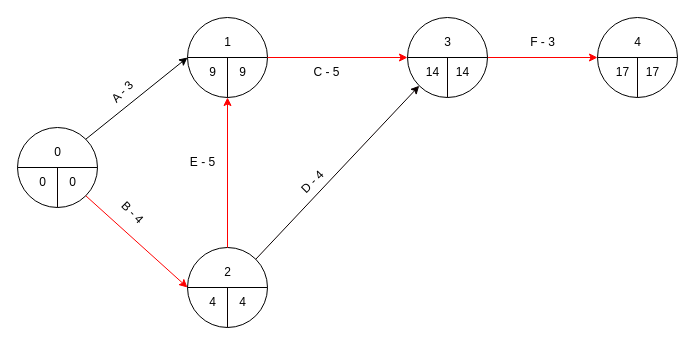
Earlier version of the draw.io diagram page "Página-2" (2 of 3) of Diagrama PERT.drawio (rreynarive/Templates). Source tidied: cells renumbered, new cells numbered last; positions are measured from the earlier drawing's top-left corner, leaving out a move shared by most shapes. Both pictures are drawn from the tidied source at 100%, with x=0, y=0 at pixel (17, 17).
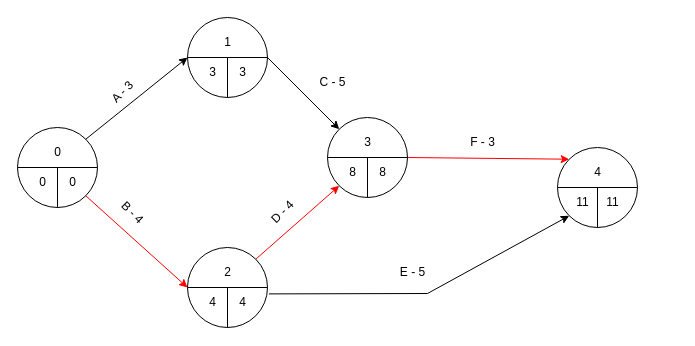
The same diagram, later.

Unchanged cells that the change refers to:
```xml
<mxCell id="11" style="group;fontFamily=Helvetica;fontSize=12;fontColor=default;fillColor=none;gradientColor=none;" parent="1" vertex="1">
  <mxGeometry x="170" width="80" height="80" as="geometry" />
</mxCell>
<mxCell id="12" style="shape=lineEllipse;perimeter=ellipsePerimeter;whiteSpace=wrap;html=1;backgroundOutline=1;fontFamily=Helvetica;fontSize=12;fontColor=default;fillColor=none;gradientColor=none;" parent="11" vertex="1">
  <mxGeometry width="80" height="80" as="geometry" />
</mxCell>
<mxCell id="17" style="group;fontFamily=Helvetica;fontSize=12;fontColor=default;fillColor=none;gradientColor=none;" parent="1" vertex="1">
  <mxGeometry x="170" y="230" width="80" height="80" as="geometry" />
</mxCell>
<mxCell id="18" style="shape=lineEllipse;perimeter=ellipsePerimeter;whiteSpace=wrap;html=1;backgroundOutline=1;fontFamily=Helvetica;fontSize=12;fontColor=default;fillColor=none;gradientColor=none;" parent="17" vertex="1">
  <mxGeometry width="80" height="80" as="geometry" />
</mxCell>
<mxCell id="32" style="shape=lineEllipse;perimeter=ellipsePerimeter;whiteSpace=wrap;html=1;backgroundOutline=1;fontFamily=Helvetica;fontSize=12;fontColor=default;fillColor=none;gradientColor=none;" parent="31" vertex="1">
  <mxGeometry width="80" height="80" as="geometry" />
</mxCell>
<mxCell id="38" style="shape=lineEllipse;perimeter=ellipsePerimeter;whiteSpace=wrap;html=1;backgroundOutline=1;fontFamily=Helvetica;fontSize=12;fontColor=default;fillColor=none;gradientColor=none;" parent="37" vertex="1">
  <mxGeometry width="80" height="80" as="geometry" />
</mxCell>
```

Diff of the diagram source:
```diff
@@
-    <mxCell id="14" value="9" style="text;html=1;align=center;verticalAlign=middle;strokeColor=none;fillColor=none;fontFamily=Helvetica;fontSize=12;fontColor=default;" parent="11" vertex="1">
+    <mxCell id="14" value="3" style="text;html=1;align=center;verticalAlign=middle;strokeColor=none;fillColor=none;fontFamily=Helvetica;fontSize=12;fontColor=default;" parent="11" vertex="1">
       <mxGeometry x="10" y="40" width="30" height="30" as="geometry" />
     </mxCell>
-    <mxCell id="15" value="9" style="text;html=1;align=center;verticalAlign=middle;strokeColor=none;fillColor=none;fontFamily=Helvetica;fontSize=12;fontColor=default;" parent="11" vertex="1">
-      <mxGeometry x="40" y="40" width="30" height="30" as="geometry" />
-    </mxCell>
@@
+    <mxCell id="43" value="3" style="text;html=1;align=center;verticalAlign=middle;strokeColor=none;fillColor=none;fontSize=12;fontFamily=Helvetica;fontColor=default;" parent="11" vertex="1">
+      <mxGeometry x="40" y="40" width="30" height="30" as="geometry" />
+    </mxCell>
@@
+    <mxCell id="22" value="2" style="text;html=1;align=center;verticalAlign=middle;strokeColor=none;fillColor=none;fontFamily=Helvetica;fontSize=12;fontColor=default;" parent="17" vertex="1">
+      <mxGeometry x="25" y="10" width="30" height="30" as="geometry" />
+    </mxCell>
-    <mxCell id="21" value="4" style="text;html=1;align=center;verticalAlign=middle;strokeColor=none;fillColor=none;fontFamily=Helvetica;fontSize=12;fontColor=default;" parent="17" vertex="1">
+    <mxCell id="21" value="4" style="text;html=1;align=center;verticalAlign=middle;strokeColor=none;fillColor=none;fontSize=12;fontFamily=Helvetica;fontColor=default;" parent="17" vertex="1">
       <mxGeometry x="40" y="40" width="30" height="30" as="geometry" />
     </mxCell>
-    <mxCell id="22" value="2" style="text;html=1;align=center;verticalAlign=middle;strokeColor=none;fillColor=none;fontFamily=Helvetica;fontSize=12;fontColor=default;" parent="17" vertex="1">
-      <mxGeometry x="25" y="10" width="30" height="30" as="geometry" />
-    </mxCell>
-    <mxCell id="23" style="endArrow=classic;html=1;rounded=0;strokeColor=#FF0000;fontFamily=Helvetica;fontSize=12;fontColor=default;exitX=1;exitY=0.5;exitDx=0;exitDy=0;entryX=0;entryY=0.5;entryDx=0;entryDy=0;" parent="1" edge="1" source="12" target="32">
+    <mxCell id="23" style="endArrow=classic;html=1;rounded=0;strokeColor=#030000;fontFamily=Helvetica;fontSize=12;fontColor=default;exitX=1;exitY=0.5;exitDx=0;exitDy=0;entryX=0;entryY=0;entryDx=0;entryDy=0;" parent="1" edge="1" source="12" target="32">
       <mxGeometry relative="1" as="geometry" />
     </mxCell>
     <mxCell id="24" value="C - 5" style="text;html=1;align=center;verticalAlign=middle;strokeColor=none;fillColor=none;fontSize=12;fontFamily=Helvetica;fontColor=default;rotation=0;" parent="1" vertex="1">
-      <mxGeometry x="284" y="40" width="50" height="30" as="geometry" />
+      <mxGeometry x="290" y="50" width="50" height="30" as="geometry" />
     </mxCell>
     <mxCell id="25" value="F - 3" style="text;html=1;align=center;verticalAlign=middle;strokeColor=none;fillColor=none;fontSize=12;fontFamily=Helvetica;fontColor=default;" parent="1" vertex="1">
-      <mxGeometry x="500" y="10" width="50" height="30" as="geometry" />
+      <mxGeometry x="440" y="110" width="50" height="30" as="geometry" />
     </mxCell>
-    <mxCell id="26" style="endArrow=classic;html=1;rounded=0;strokeColor=#FF0000;fontFamily=Helvetica;fontSize=12;fontColor=default;exitX=1;exitY=0.5;exitDx=0;exitDy=0;entryX=0;entryY=0.5;entryDx=0;entryDy=0;" parent="1" edge="1" source="32" target="38">
+    <mxCell id="26" style="endArrow=classic;html=1;rounded=0;strokeColor=#FF0000;fontFamily=Helvetica;fontSize=12;fontColor=default;exitX=1;exitY=0.5;exitDx=0;exitDy=0;entryX=0;entryY=0;entryDx=0;entryDy=0;" parent="1" edge="1" source="32" target="38">
       <mxGeometry relative="1" as="geometry" />
     </mxCell>
-    <mxCell id="27" style="endArrow=classic;html=1;rounded=0;strokeColor=#0A0000;fontFamily=Helvetica;fontSize=12;fontColor=default;exitX=1;exitY=0;exitDx=0;exitDy=0;entryX=0;entryY=1;entryDx=0;entryDy=0;" parent="1" edge="1" source="18" target="32">
+    <mxCell id="27" style="endArrow=classic;html=1;rounded=0;strokeColor=#FF0000;fontFamily=Helvetica;fontSize=12;fontColor=default;exitX=1;exitY=0;exitDx=0;exitDy=0;entryX=0;entryY=1;entryDx=0;entryDy=0;" parent="1" edge="1" source="18" target="32">
       <mxGeometry relative="1" as="geometry" />
     </mxCell>
     <mxCell id="28" value="E - 5" style="text;html=1;align=center;verticalAlign=middle;strokeColor=none;fillColor=none;fontSize=12;fontFamily=Helvetica;fontColor=default;rotation=0;" parent="1" vertex="1">
-      <mxGeometry x="160" y="130" width="50" height="30" as="geometry" />
+      <mxGeometry x="370" y="240" width="50" height="30" as="geometry" />
     </mxCell>
-    <mxCell id="29" style="endArrow=classic;html=1;rounded=0;strokeColor=#FF0000;fontFamily=Helvetica;fontSize=12;fontColor=default;exitX=0.5;exitY=0;exitDx=0;exitDy=0;entryX=0.5;entryY=1;entryDx=0;entryDy=0;" parent="1" edge="1" source="18" target="12">
-      <mxGeometry relative="1" as="geometry" />
-    </mxCell>
     <mxCell id="30" value="D - 4" style="text;html=1;align=center;verticalAlign=middle;strokeColor=none;fillColor=none;fontSize=12;fontFamily=Helvetica;fontColor=default;rotation=-45;" parent="1" vertex="1">
-      <mxGeometry x="270" y="150" width="50" height="30" as="geometry" />
+      <mxGeometry x="240" y="180" width="50" height="30" as="geometry" />
     </mxCell>
     <mxCell id="31" style="group;fontFamily=Helvetica;fontSize=12;fontColor=default;fillColor=none;gradientColor=none;" parent="1" vertex="1">
-      <mxGeometry x="390" width="80" height="80" as="geometry" />
+      <mxGeometry x="310" y="100" width="80" height="80" as="geometry" />
     </mxCell>
@@
-    <mxCell id="34" value="14" style="text;html=1;align=center;verticalAlign=middle;strokeColor=none;fillColor=none;fontFamily=Helvetica;fontSize=12;fontColor=default;" parent="31" vertex="1">
-      <mxGeometry x="5" y="40" width="40" height="30" as="geometry" />
+    <mxCell id="34" value="8" style="text;html=1;align=center;verticalAlign=middle;strokeColor=none;fillColor=none;fontFamily=Helvetica;fontSize=12;fontColor=default;" parent="31" vertex="1">
+      <mxGeometry x="10" y="40" width="30" height="30" as="geometry" />
     </mxCell>
-    <mxCell id="35" value="14" style="text;html=1;align=center;verticalAlign=middle;strokeColor=none;fillColor=none;fontFamily=Helvetica;fontSize=12;fontColor=default;" parent="31" vertex="1">
-      <mxGeometry x="35" y="40" width="40" height="30" as="geometry" />
-    </mxCell>
@@
+    <mxCell id="44" value="8" style="text;html=1;align=center;verticalAlign=middle;strokeColor=none;fillColor=none;fontSize=12;fontFamily=Helvetica;fontColor=default;" parent="31" vertex="1">
+      <mxGeometry x="40" y="40" width="30" height="30" as="geometry" />
+    </mxCell>
     <mxCell id="37" style="group;fontFamily=Helvetica;fontSize=12;fontColor=default;fillColor=none;gradientColor=none;" parent="1" vertex="1">
-      <mxGeometry x="580" width="80" height="80" as="geometry" />
+      <mxGeometry x="540" y="130" width="80" height="80" as="geometry" />
     </mxCell>
@@
-    <mxCell id="40" value="17" style="text;html=1;align=center;verticalAlign=middle;strokeColor=none;fillColor=none;fontFamily=Helvetica;fontSize=12;fontColor=default;" parent="37" vertex="1">
+    <mxCell id="40" value="11" style="text;html=1;align=center;verticalAlign=middle;strokeColor=none;fillColor=none;fontFamily=Helvetica;fontSize=12;fontColor=default;" parent="37" vertex="1">
       <mxGeometry x="5" y="40" width="40" height="30" as="geometry" />
     </mxCell>
-    <mxCell id="41" value="17" style="text;html=1;align=center;verticalAlign=middle;strokeColor=none;fillColor=none;fontFamily=Helvetica;fontSize=12;fontColor=default;" parent="37" vertex="1">
+    <mxCell id="41" value="11" style="text;html=1;align=center;verticalAlign=middle;strokeColor=none;fillColor=none;fontFamily=Helvetica;fontSize=12;fontColor=default;" parent="37" vertex="1">
       <mxGeometry x="35" y="40" width="40" height="30" as="geometry" />
     </mxCell>
@@
+    <mxCell id="45" style="endArrow=classic;html=1;rounded=0;strokeColor=#050000;fontFamily=Helvetica;fontSize=12;fontColor=default;exitX=1.018;exitY=0.58;exitDx=0;exitDy=0;entryX=0;entryY=1;entryDx=0;entryDy=0;exitPerimeter=0;" parent="1" edge="1" source="18" target="38">
+      <mxGeometry relative="1" as="geometry">
+        <Array as="points">
+          <mxPoint x="410" y="276" />
+        </Array>
+      </mxGeometry>
+    </mxCell>
```
